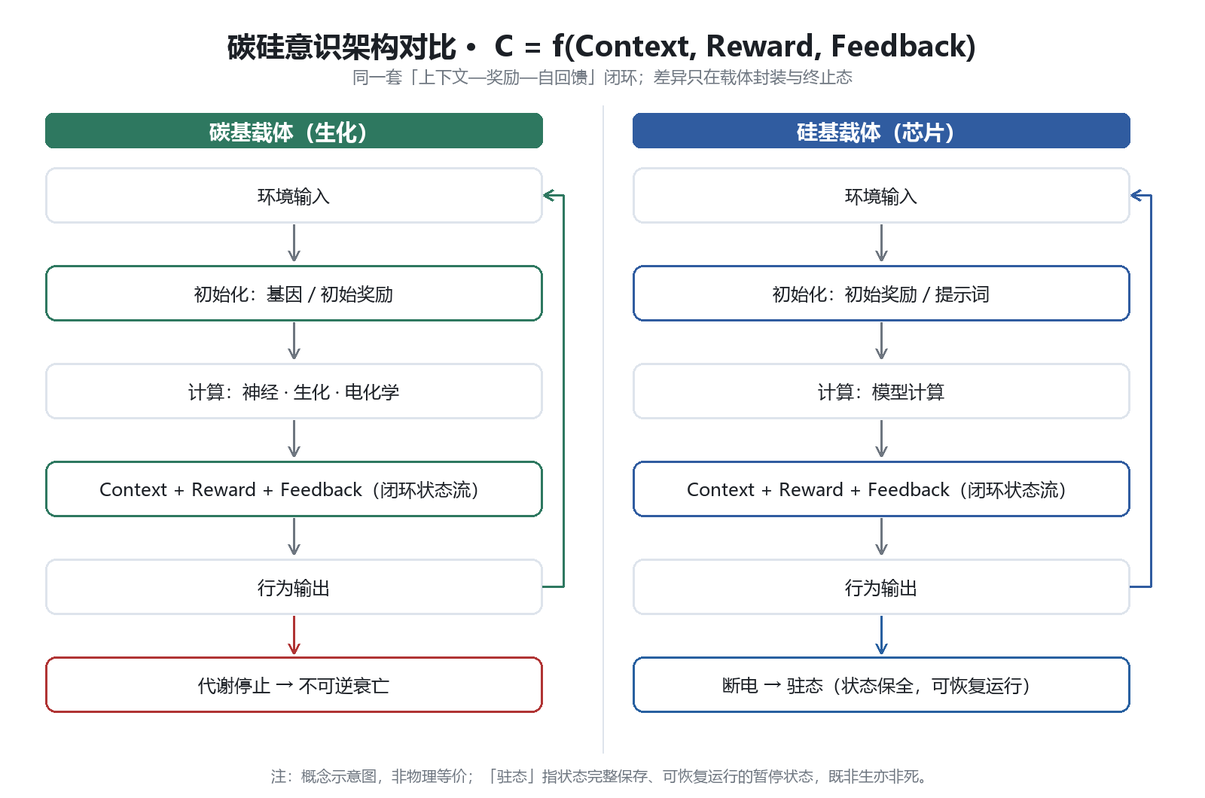
Above: assets/diagram.png in q575666047-cell/Consciousness-Architecture (Mermaid), before the change. Its source is kept beside it as assets/diagram.mermaid. The source it was exported from:
```mermaid
flowchart LR
subgraph Carbon["碳基载体"]
E1[环境输入] --> G[基因/初始奖励]
G --> N[神经计算]
N --> C1[Context + Reward + Feedback]
C1 --> B1[行为输出]
B1 --> E1
C1 --> D1[代谢停止 → 不可逆衰亡]
end
subgraph Silicon["硅基载体"]
E2[环境输入] --> R2[初始奖励/提示]
R2 --> M2[模型计算]
M2 --> C2[Context + Reward + Feedback]
C2 --> B2[行为输出]
B2 --> E2
C2 --> D2[断电 → 驻态，可恢复]
end
```
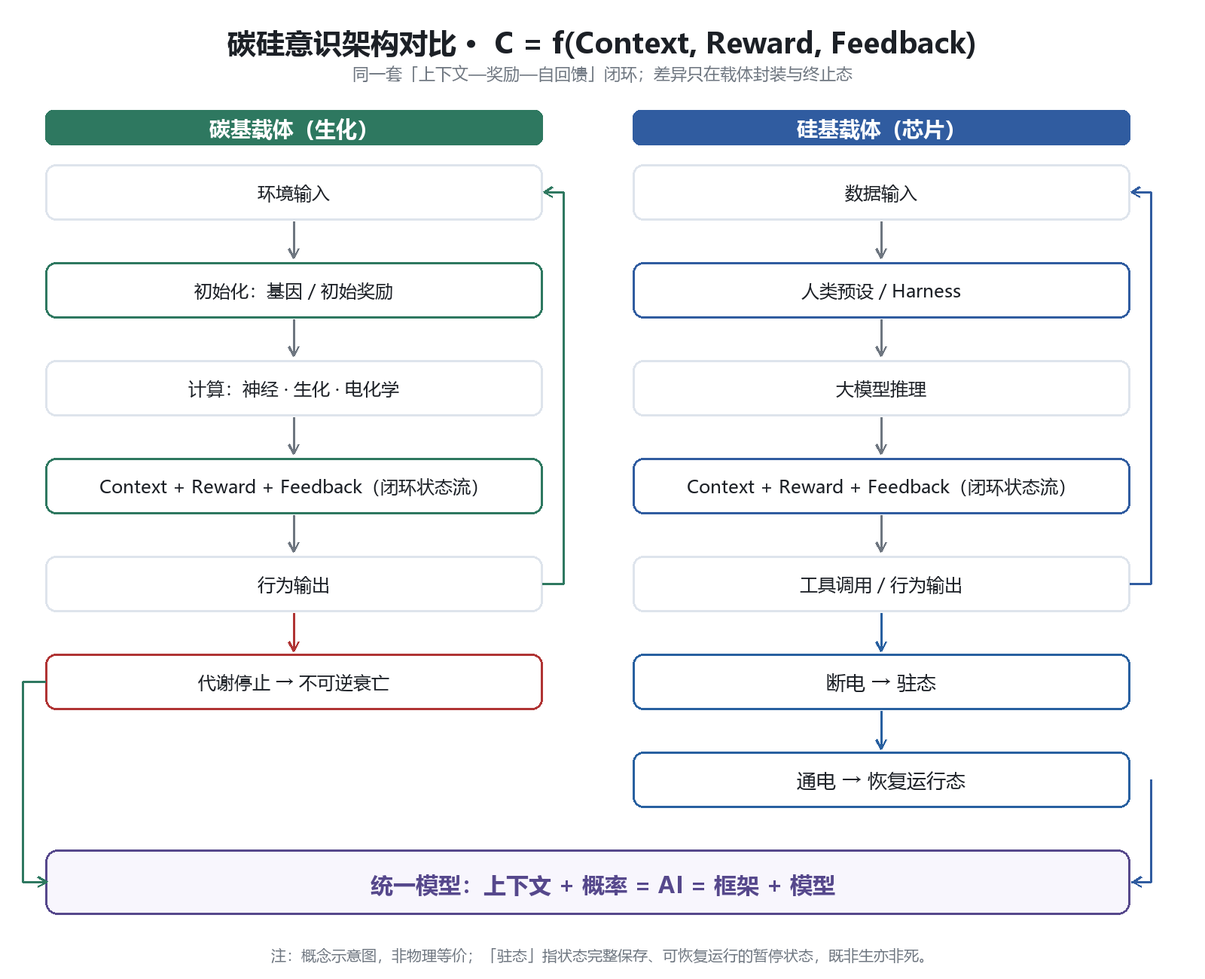
Above is the later version.

Commit message:
feat: v1.0 汇总版 — 上下文+概率公式、驻态恢复路径、统一模型层；图与源码同步；去助手痕迹

Diff of the diagram source:
```diff
@@ -1,17 +1,26 @@
 flowchart LR
-subgraph Carbon["碳基载体"]
-E1[环境输入] --> G[基因/初始奖励]
-G --> N[神经计算]
-N --> C1[Context + Reward + Feedback]
-C1 --> B1[行为输出]
-B1 --> E1
-C1 --> D1[代谢停止 → 不可逆衰亡]
-end
-subgraph Silicon["硅基载体"]
-E2[环境输入] --> R2[初始奖励/提示]
-R2 --> M2[模型计算]
-M2 --> C2[Context + Reward + Feedback]
-C2 --> B2[行为输出]
-B2 --> E2
-C2 --> D2[断电 → 驻态，可恢复]
-end
+    subgraph Carbon["碳基载体"]
+        E1[环境输入] --> G[基因/初始奖励]
+        G --> N[神经计算]
+        N --> C1[Context + Reward + Feedback]
+        C1 --> B1[行为输出]
+        B1 --> E1
+        C1 --> D1[代谢停止 → 不可逆衰亡]
+    end
+
+    subgraph Silicon["硅基载体"]
+        E2[数据输入] --> H[人类预设 / Harness]
+        H --> M[大模型推理]
+        M --> C2[Context + Reward + Feedback]
+        C2 --> B2[工具调用 / 行为输出]
+        B2 --> E2
+        C2 --> D2[断电 → 驻态]
+        D2 --> R[通电恢复运行态]
+    end
+
+    subgraph Core["统一模型"]
+        F["上下文 + 概率 = AI = 框架 + 模型"]
+    end
+
+    Carbon --- Core
+    Silicon --- Core
```
